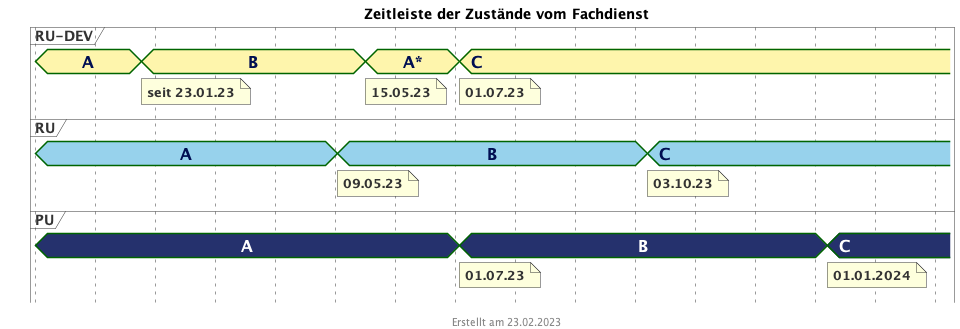
Above: images/puml_fd_zustaende_timeline.png in gematik/api-erp (PlantUML), before the change.
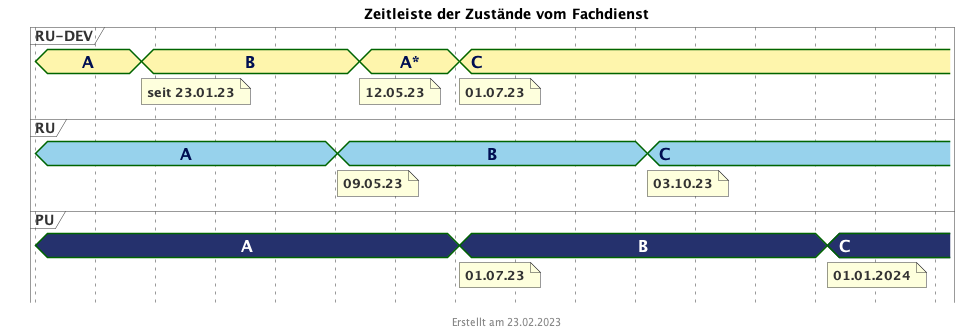
Above is the later version.

Commit message:
Update RU-Dev config

Change to the diagram source:
```diff
@@ -49,9 +49,9 @@
 RU is "B"
 note bottom of RU : 09.05.23
 
-@2023/05/15
+@2023/05/12
 RUDEV is "A*"
-note bottom of RUDEV : 15.05.23
+note bottom of RUDEV : 12.05.23
 
 @2023/07/01
 PU is "B"
```
